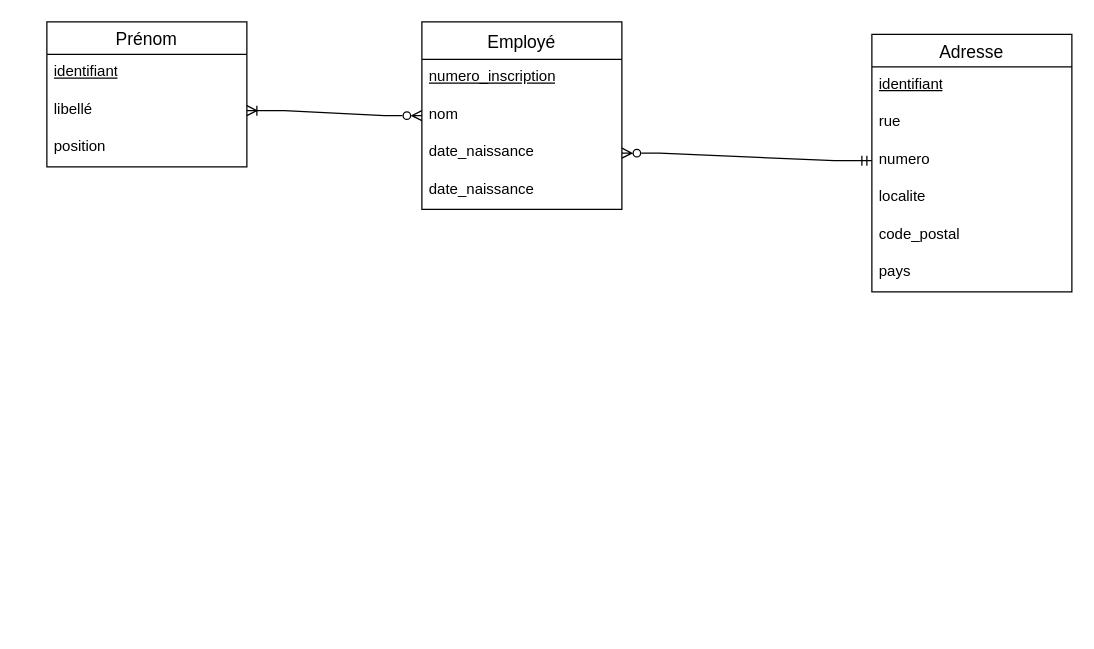
Before: BDD_serie4.drawio in afhistos/DrawIO-Projects, a draw.io diagram. Source tidied: cells renumbered, new cells numbered last; positions are measured from the earlier drawing's top-left corner, leaving out a move shared by most shapes. Both pictures are drawn from the tidied source at 125%, with x=0, y=0 at pixel (46, 21).
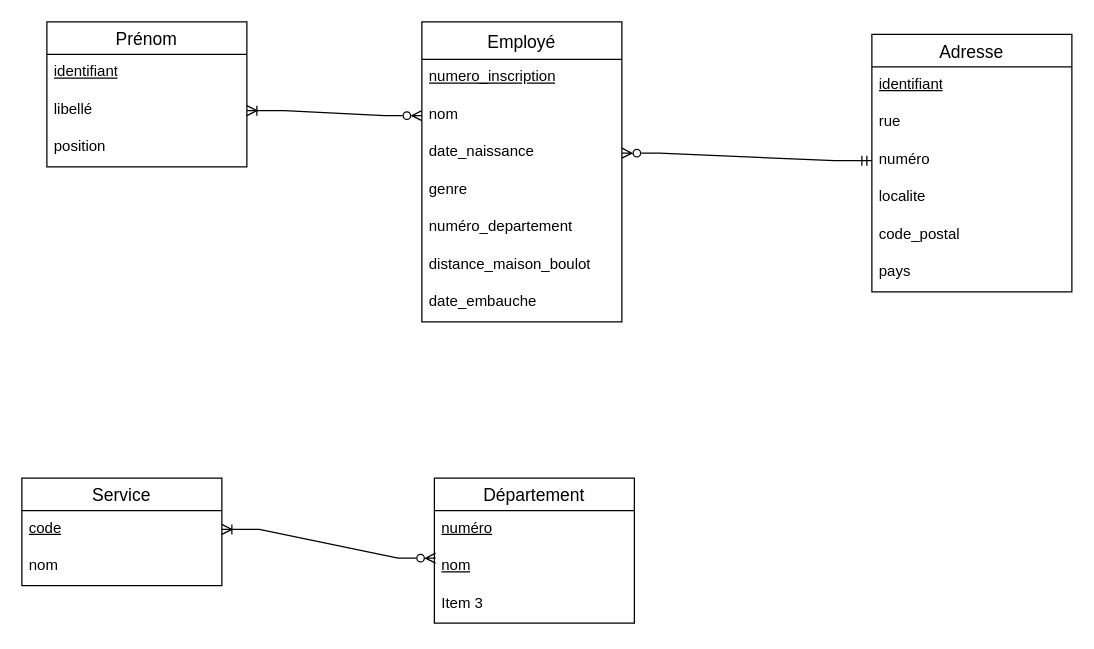
The same diagram, later.

Commit message (it also covers changes not shown here):
Mettre à jour BDD_serie4.drawio

Unchanged cells that the change refers to:
```xml
<mxCell id="12" value="Adresse" style="swimlane;fontStyle=0;horizontal=1;startSize=26;align=center;fontSize=14;" parent="1" vertex="1">
  <mxGeometry x="660" y="10" width="160" height="206" as="geometry" />
</mxCell>
```

The edit, as a diff of the source:
```diff
@@
     <mxCell id="2" value="Employé" style="swimlane;fontStyle=0;horizontal=1;startSize=30;align=center;fontSize=14;" parent="1" vertex="1">
-      <mxGeometry x="300" width="160" height="150" as="geometry" />
+      <mxGeometry x="300" width="160" height="240" as="geometry" />
     </mxCell>
@@
-    <mxCell id="6" value="date_naissance" style="text;strokeColor=none;fillColor=none;spacingLeft=4;spacingRight=4;overflow=hidden;fontSize=12;whiteSpace=wrap;html=1;" parent="2" vertex="1">
+    <mxCell id="6" value="genre" style="text;strokeColor=none;fillColor=none;spacingLeft=4;spacingRight=4;overflow=hidden;fontSize=12;whiteSpace=wrap;html=1;" parent="2" vertex="1">
       <mxGeometry y="120" width="160" height="30" as="geometry" />
     </mxCell>
+    <mxCell id="20" value="numéro_departement" style="text;strokeColor=none;fillColor=none;spacingLeft=4;spacingRight=4;overflow=hidden;fontSize=12;whiteSpace=wrap;html=1;" parent="2" vertex="1">
+      <mxGeometry y="150" width="160" height="30" as="geometry" />
+    </mxCell>
+    <mxCell id="21" value="distance_maison_boulot" style="text;strokeColor=none;fillColor=none;spacingLeft=4;spacingRight=4;overflow=hidden;fontSize=12;whiteSpace=wrap;html=1;" parent="2" vertex="1">
+      <mxGeometry y="180" width="160" height="30" as="geometry" />
+    </mxCell>
+    <mxCell id="22" value="date_embauche" style="text;strokeColor=none;fillColor=none;spacingLeft=4;spacingRight=4;overflow=hidden;fontSize=12;whiteSpace=wrap;html=1;" parent="2" vertex="1">
+      <mxGeometry y="210" width="160" height="30" as="geometry" />
+    </mxCell>
@@
-    <mxCell id="15" value="numero" style="text;strokeColor=none;fillColor=none;spacingLeft=4;spacingRight=4;overflow=hidden;points=[[0,0.5],[1,0.5]];portConstraint=eastwest;fontSize=12;whiteSpace=wrap;html=1;" parent="12" vertex="1">
+    <mxCell id="15" value="numéro" style="text;strokeColor=none;fillColor=none;spacingLeft=4;spacingRight=4;overflow=hidden;points=[[0,0.5],[1,0.5]];portConstraint=eastwest;fontSize=12;whiteSpace=wrap;html=1;" parent="12" vertex="1">
       <mxGeometry y="86" width="160" height="30" as="geometry" />
     </mxCell>
@@
+    <mxCell id="23" value="Département" style="swimlane;fontStyle=0;horizontal=1;startSize=26;align=center;fontSize=14;" parent="1" vertex="1">
+      <mxGeometry x="310" y="365" width="160" height="116" as="geometry" />
+    </mxCell>
+    <mxCell id="24" value="&lt;u&gt;numéro&lt;/u&gt;" style="text;strokeColor=none;fillColor=none;spacingLeft=4;spacingRight=4;overflow=hidden;fontSize=12;whiteSpace=wrap;html=1;" parent="23" vertex="1">
+      <mxGeometry y="26" width="160" height="30" as="geometry" />
+    </mxCell>
+    <mxCell id="25" value="&lt;u&gt;nom&lt;/u&gt;" style="text;strokeColor=none;fillColor=none;spacingLeft=4;spacingRight=4;overflow=hidden;points=[[0,0.5],[1,0.5]];portConstraint=eastwest;fontSize=12;whiteSpace=wrap;html=1;" parent="23" vertex="1">
+      <mxGeometry y="56" width="160" height="30" as="geometry" />
+    </mxCell>
+    <mxCell id="26" value="Item 3" style="text;strokeColor=none;fillColor=none;spacingLeft=4;spacingRight=4;overflow=hidden;fontSize=12;whiteSpace=wrap;html=1;" parent="23" vertex="1">
+      <mxGeometry y="86" width="160" height="30" as="geometry" />
+    </mxCell>
+    <mxCell id="27" value="Service" style="swimlane;fontStyle=0;horizontal=1;startSize=26;align=center;fontSize=14;" parent="1" vertex="1">
+      <mxGeometry x="-20" y="365" width="160" height="86" as="geometry" />
+    </mxCell>
+    <mxCell id="28" value="&lt;u&gt;code&lt;/u&gt;" style="text;strokeColor=none;fillColor=none;spacingLeft=4;spacingRight=4;overflow=hidden;points=[[0,0.5],[1,0.5]];portConstraint=eastwest;fontSize=12;whiteSpace=wrap;html=1;" parent="27" vertex="1">
+      <mxGeometry y="26" width="160" height="30" as="geometry" />
+    </mxCell>
+    <mxCell id="29" value="nom" style="text;strokeColor=none;fillColor=none;spacingLeft=4;spacingRight=4;overflow=hidden;fontSize=12;whiteSpace=wrap;html=1;" parent="27" vertex="1">
+      <mxGeometry y="56" width="160" height="30" as="geometry" />
+    </mxCell>
+    <mxCell id="30" style="edgeStyle=entityRelationEdgeStyle;fontSize=12;html=1;endArrow=ERzeroToMany;rounded=0;entryX=0.006;entryY=0.267;entryDx=0;entryDy=0;entryPerimeter=0;exitX=1;exitY=0.5;exitDx=0;exitDy=0;startArrow=ERoneToMany;startFill=0;endFill=0;" parent="1" edge="1" source="28" target="25">
+      <mxGeometry relative="1" as="geometry" />
+    </mxCell>
```
